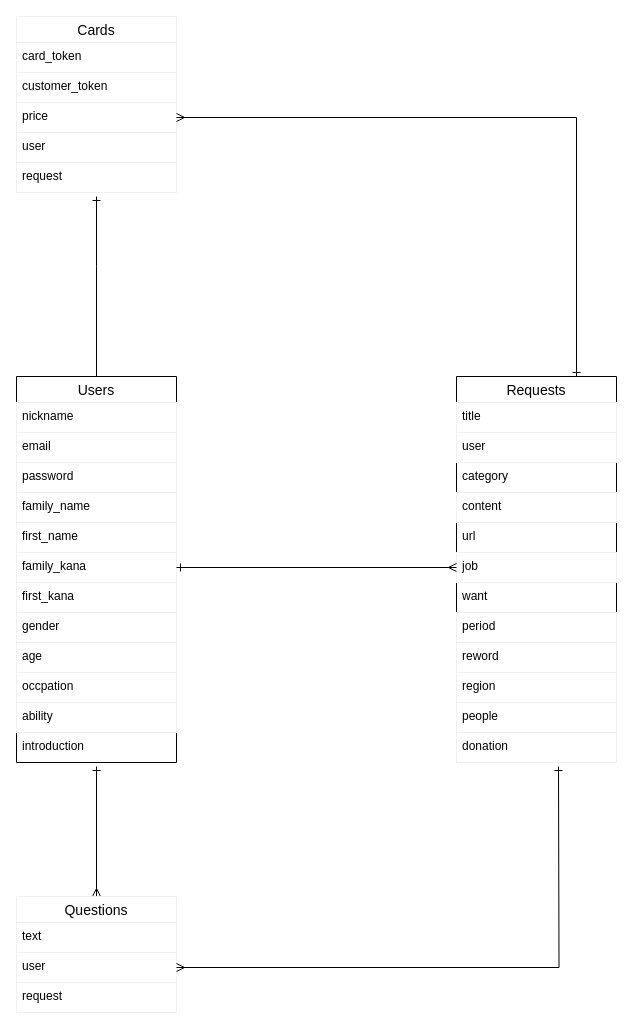
Before: origin.dio in class-Kazushi/my-original-app30616, a draw.io diagram. Source tidied: cells renumbered, new cells numbered last; positions are measured from the earlier drawing's top-left corner, leaving out a move shared by most shapes. Both pictures are drawn from the tidied source at 100%, with x=0, y=0 at pixel (16, 16).
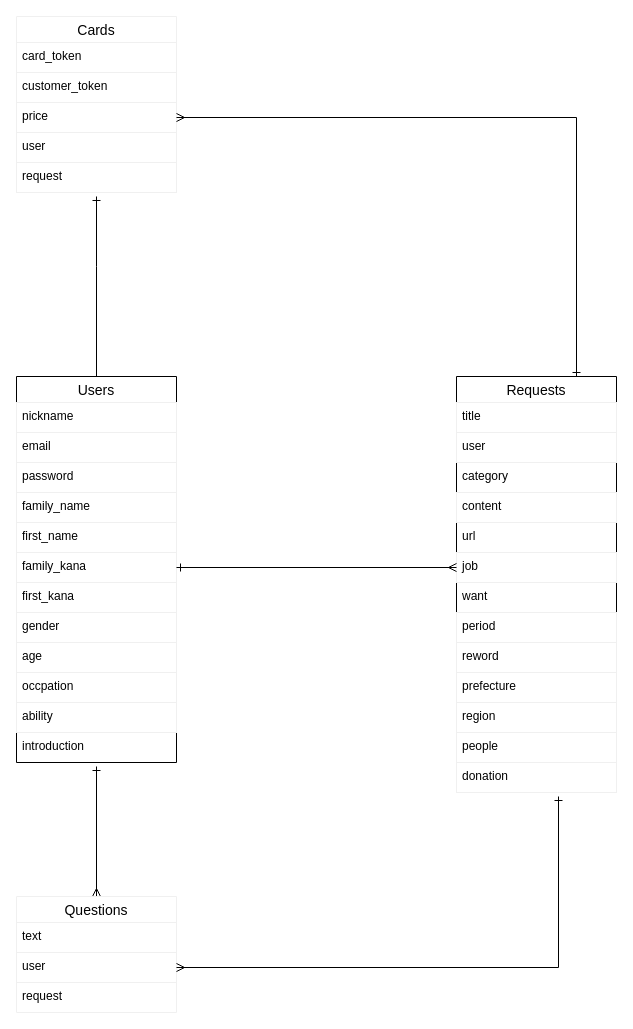
The same diagram, later.

The change refers to these unchanged cells:
```xml
<mxCell id="41" value="user" style="text;fillColor=none;spacingLeft=4;spacingRight=4;overflow=hidden;points=[[0,0.5],[1,0.5]];portConstraint=eastwest;fontSize=12;strokeColor=#f0f0f0;" parent="39" vertex="1">
  <mxGeometry y="56" width="160" height="30" as="geometry" />
</mxCell>
```

The edit, as a diff of the source:
```diff
@@
     <mxCell id="17" value="Requests" style="swimlane;fontStyle=0;horizontal=1;startSize=26;align=center;fontSize=14;" parent="1" vertex="1">
-      <mxGeometry x="440" y="360" width="160" height="386" as="geometry" />
+      <mxGeometry x="440" y="360" width="160" height="416" as="geometry" />
     </mxCell>
@@
+    <mxCell id="44" value="prefecture" style="text;fillColor=none;spacingLeft=4;spacingRight=4;overflow=hidden;fontSize=12;strokeColor=#f0f0f0;" parent="17" vertex="1">
+      <mxGeometry y="296" width="160" height="30" as="geometry" />
+    </mxCell>
     <mxCell id="27" value="region" style="text;fillColor=none;spacingLeft=4;spacingRight=4;overflow=hidden;fontSize=12;strokeColor=#f0f0f0;" parent="17" vertex="1">
-      <mxGeometry y="296" width="160" height="30" as="geometry" />
+      <mxGeometry y="326" width="160" height="30" as="geometry" />
     </mxCell>
     <mxCell id="28" value="people" style="text;fillColor=none;spacingLeft=4;spacingRight=4;overflow=hidden;fontSize=12;strokeColor=#f0f0f0;" parent="17" vertex="1">
-      <mxGeometry y="326" width="160" height="30" as="geometry" />
+      <mxGeometry y="356" width="160" height="30" as="geometry" />
     </mxCell>
     <mxCell id="29" value="donation" style="text;fillColor=none;spacingLeft=4;spacingRight=4;overflow=hidden;fontSize=12;strokeColor=#f0f0f0;" parent="17" vertex="1">
-      <mxGeometry y="356" width="160" height="30" as="geometry" />
+      <mxGeometry y="386" width="160" height="30" as="geometry" />
     </mxCell>
@@
     <mxCell id="43" style="edgeStyle=orthogonalEdgeStyle;rounded=0;jettySize=auto;html=1;exitX=1;exitY=0.5;exitDx=0;exitDy=0;startArrow=ERmany;startFill=0;endArrow=ERone;endFill=0;" parent="1" edge="1" source="41">
       <mxGeometry relative="1" as="geometry">
-        <mxPoint x="542" y="750" as="targetPoint" />
+        <mxPoint x="542" y="780" as="targetPoint" />
+        <Array as="points">
+          <mxPoint x="542" y="951" />
+        </Array>
       </mxGeometry>
     </mxCell>
```
